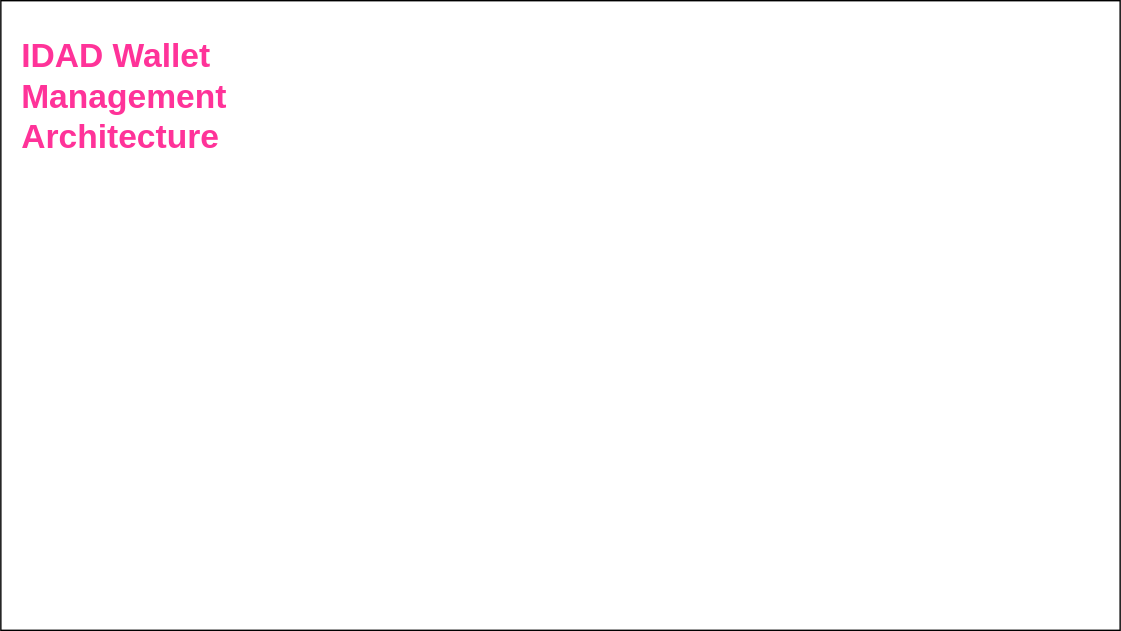
Before: Work Samples/WF/IDAD_FLOW_BC.drawio.svg, a diagram exported from draw.io (uchiharizvi/design-diagrams). Source tidied: cells renumbered, new cells last; positions are measured from the earlier drawing's top-left corner, leaving out a move shared by most shapes.
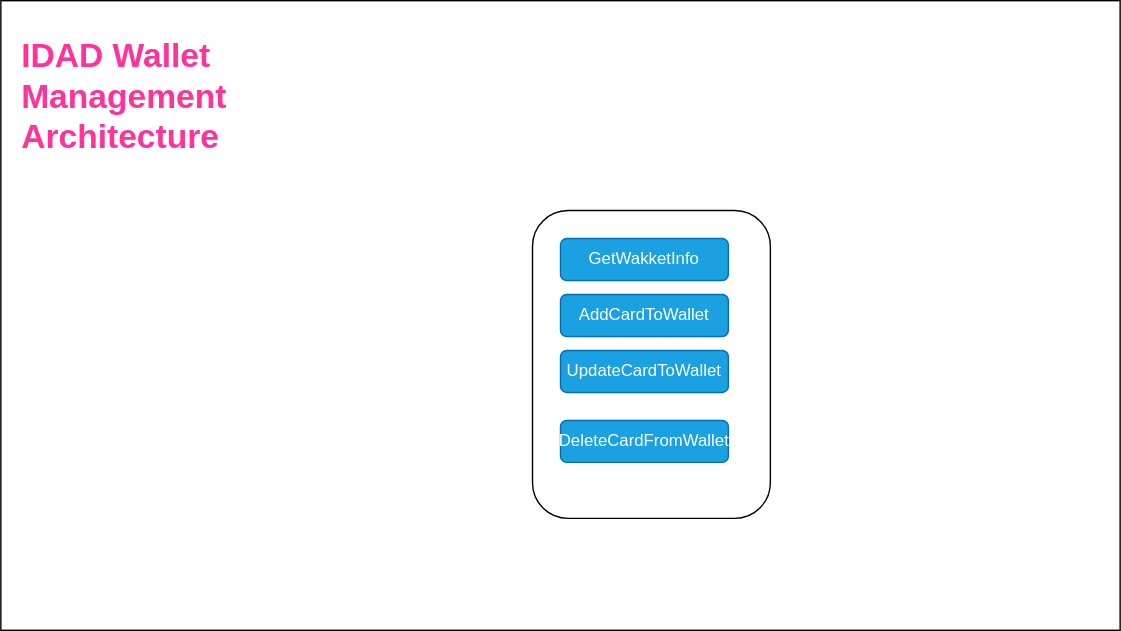
Later version of the same file.

Change to the diagram source:
```diff
@@ -8,5 +8,20 @@
     <mxCell id="3" value="&lt;h1&gt;&lt;font color=&quot;#ff3399&quot;&gt;IDAD Wallet Management Architecture&lt;/font&gt;&lt;/h1&gt;" style="text;html=1;spacing=5;spacingTop=-20;whiteSpace=wrap;overflow=hidden;rounded=0;" parent="1" vertex="1">
       <mxGeometry x="10" y="20" width="190" height="120" as="geometry" />
     </mxCell>
+    <mxCell id="4" style="rounded=1;whiteSpace=wrap;html=1;" parent="1" vertex="1">
+      <mxGeometry x="380" y="150" width="170" height="220" as="geometry" />
+    </mxCell>
+    <mxCell id="5" value="GetWakketInfo" style="rounded=1;whiteSpace=wrap;html=1;fillColor=#1ba1e2;fontColor=#ffffff;strokeColor=#006EAF;" parent="1" vertex="1">
+      <mxGeometry x="400" y="170" width="120" height="30" as="geometry" />
+    </mxCell>
+    <mxCell id="6" value="AddCardToWallet" style="rounded=1;whiteSpace=wrap;html=1;fillColor=#1ba1e2;fontColor=#ffffff;strokeColor=#006EAF;" parent="1" vertex="1">
+      <mxGeometry x="400" y="210" width="120" height="30" as="geometry" />
+    </mxCell>
+    <mxCell id="7" value="UpdateCardToWallet" style="rounded=1;whiteSpace=wrap;html=1;fillColor=#1ba1e2;fontColor=#ffffff;strokeColor=#006EAF;" parent="1" vertex="1">
+      <mxGeometry x="400" y="250" width="120" height="30" as="geometry" />
+    </mxCell>
+    <mxCell id="8" value="DeleteCardFromWallet" style="rounded=1;whiteSpace=wrap;html=1;fillColor=#1ba1e2;fontColor=#ffffff;strokeColor=#006EAF;" parent="1" vertex="1">
+      <mxGeometry x="400" y="300" width="120" height="30" as="geometry" />
+    </mxCell>
   </root>
 </mxGraphModel>
```
